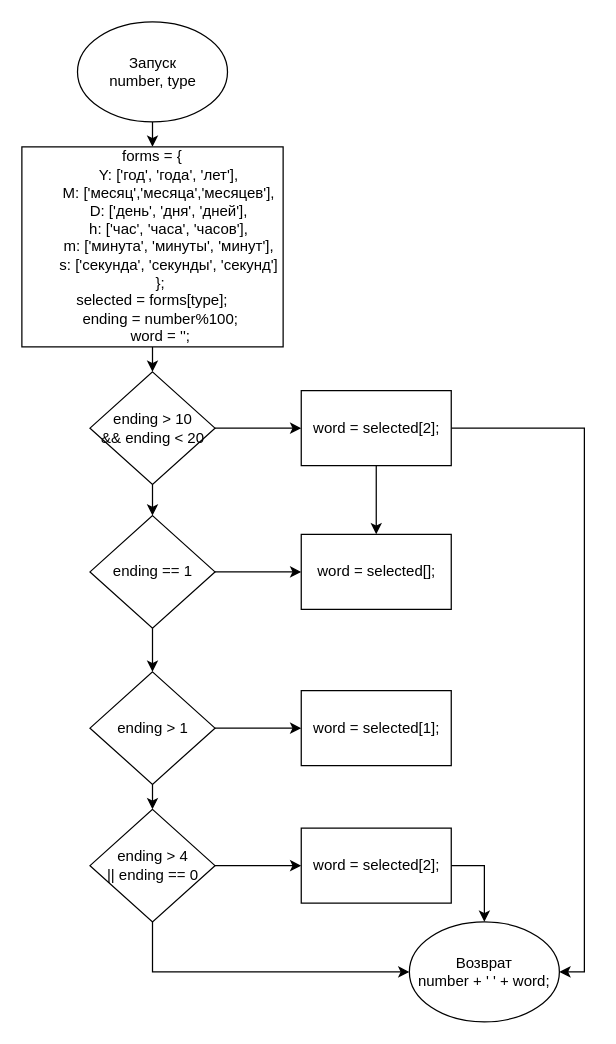
This is praktika/Untitled Diagram.drawio from bestialyokel/dgtu, a draw.io file, before an edit. Source tidied: cells renumbered, new cells numbered last; positions are measured from the earlier drawing's top-left corner, leaving out a move shared by most shapes. Both pictures are drawn from the tidied source at 125%, with x=0, y=0 at pixel (21, 21).
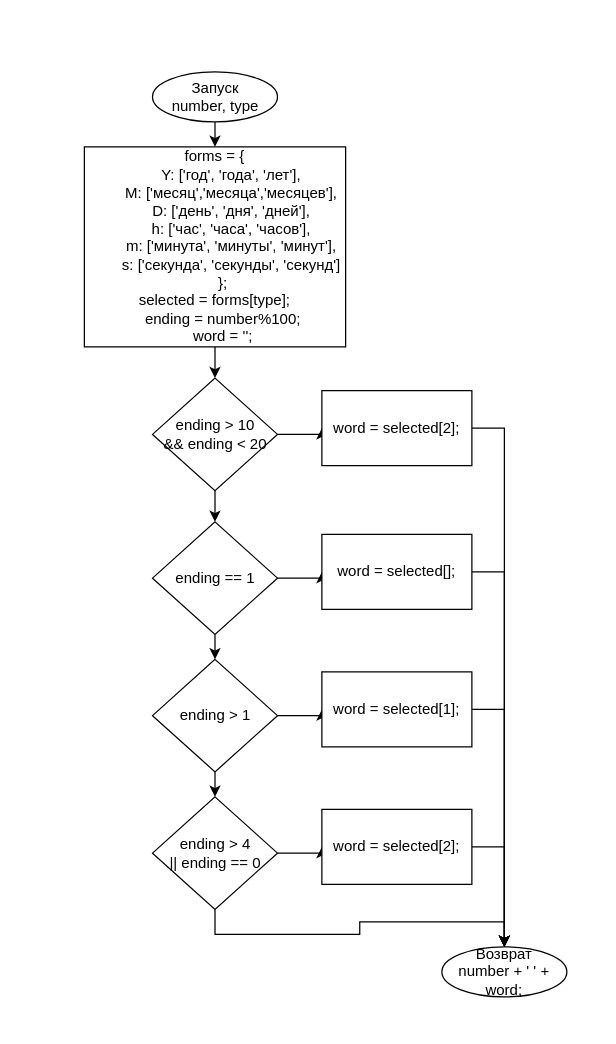
The same page after the edit.

The edit, as a diff of the source:
```diff
@@
-    <mxCell id="3" value="Запуск&lt;br&gt;number, type" style="ellipse;whiteSpace=wrap;html=1;" parent="1" vertex="1">
-      <mxGeometry x="44.5" width="120" height="80" as="geometry" />
-    </mxCell>
@@
     <mxCell id="5" value="&lt;div&gt;forms = {&lt;/div&gt;&lt;div&gt;&amp;nbsp; &amp;nbsp; &amp;nbsp; &amp;nbsp; Y: ['год', 'года', 'лет'],&lt;/div&gt;&lt;div&gt;&amp;nbsp; &amp;nbsp; &amp;nbsp; &amp;nbsp; M: ['месяц','месяца','месяцев'],&lt;/div&gt;&lt;div&gt;&amp;nbsp; &amp;nbsp; &amp;nbsp; &amp;nbsp; D: ['день', 'дня', 'дней'],&lt;/div&gt;&lt;div&gt;&amp;nbsp; &amp;nbsp; &amp;nbsp; &amp;nbsp; h: ['час', 'часа', 'часов'],&lt;/div&gt;&lt;div&gt;&amp;nbsp; &amp;nbsp; &amp;nbsp; &amp;nbsp; m: ['минута', 'минуты', 'минут'],&lt;/div&gt;&lt;div&gt;&amp;nbsp; &amp;nbsp; &amp;nbsp; &amp;nbsp; s: ['секунда', 'секунды', 'секунд']&lt;/div&gt;&lt;div&gt;&amp;nbsp; &amp;nbsp; };&lt;/div&gt;&lt;div&gt;&lt;div&gt;selected = forms[type];&lt;/div&gt;&lt;div&gt;&amp;nbsp; &amp;nbsp; ending = number%100;&lt;/div&gt;&lt;div&gt;&amp;nbsp; &amp;nbsp; word = '';&lt;/div&gt;&lt;/div&gt;" style="rounded=0;whiteSpace=wrap;html=1;" parent="1" vertex="1">
-      <mxGeometry y="100" width="209" height="160" as="geometry" />
+      <mxGeometry x="50" y="100" width="209" height="160" as="geometry" />
     </mxCell>
@@
     <mxCell id="8" value="ending &amp;gt; 10&lt;br&gt;&amp;amp;&amp;amp; ending &amp;lt; 20" style="rhombus;whiteSpace=wrap;html=1;" parent="1" vertex="1">
-      <mxGeometry x="54.5" y="280" width="100" height="90" as="geometry" />
+      <mxGeometry x="104.5" y="285" width="100" height="90" as="geometry" />
     </mxCell>
-    <mxCell id="9" style="edgeStyle=orthogonalEdgeStyle;rounded=0;jettySize=auto;html=1;exitX=1;exitY=0.5;exitDx=0;exitDy=0;entryX=1;entryY=0.5;entryDx=0;entryDy=0;" parent="1" edge="1" source="11" target="21">
+    <mxCell id="9" style="edgeStyle=orthogonalEdgeStyle;rounded=0;jettySize=auto;html=1;exitX=1;exitY=0.5;exitDx=0;exitDy=0;entryX=0.5;entryY=0;entryDx=0;entryDy=0;" parent="1" edge="1" source="11" target="21">
       <mxGeometry relative="1" as="geometry" />
     </mxCell>
-    <mxCell id="10" style="edgeStyle=orthogonalEdgeStyle;rounded=0;jettySize=auto;html=1;" parent="1" edge="1" source="11" target="22">
-      <mxGeometry relative="1" as="geometry" />
-    </mxCell>
     <mxCell id="11" value="word = selected[2];" style="rounded=0;whiteSpace=wrap;html=1;" parent="1" vertex="1">
-      <mxGeometry x="223.5" y="295" width="120" height="60" as="geometry" />
+      <mxGeometry x="240" y="295" width="120" height="60" as="geometry" />
     </mxCell>
@@
     <mxCell id="14" value="ending == 1" style="rhombus;whiteSpace=wrap;html=1;" parent="1" vertex="1">
-      <mxGeometry x="54.5" y="395" width="100" height="90" as="geometry" />
+      <mxGeometry x="104.5" y="400" width="100" height="90" as="geometry" />
     </mxCell>
@@
     <mxCell id="17" value="ending &amp;gt; 1" style="rhombus;whiteSpace=wrap;html=1;" parent="1" vertex="1">
-      <mxGeometry x="54.5" y="520" width="100" height="90" as="geometry" />
+      <mxGeometry x="104.5" y="510" width="100" height="90" as="geometry" />
     </mxCell>
+    <mxCell id="19" style="edgeStyle=orthogonalEdgeStyle;rounded=0;jettySize=auto;html=1;exitX=1;exitY=0.5;exitDx=0;exitDy=0;entryX=0;entryY=0.5;entryDx=0;entryDy=0;" parent="1" edge="1" source="20" target="25">
+      <mxGeometry relative="1" as="geometry" />
+    </mxCell>
-    <mxCell id="18" style="edgeStyle=orthogonalEdgeStyle;rounded=0;jettySize=auto;html=1;exitX=0.5;exitY=1;exitDx=0;exitDy=0;entryX=0;entryY=0.5;entryDx=0;entryDy=0;" parent="1" edge="1" source="20" target="21">
+    <mxCell id="18" style="edgeStyle=orthogonalEdgeStyle;rounded=0;jettySize=auto;html=1;exitX=0.5;exitY=1;exitDx=0;exitDy=0;entryX=0.5;entryY=0;entryDx=0;entryDy=0;" parent="1" edge="1" source="20" target="21">
       <mxGeometry relative="1" as="geometry" />
     </mxCell>
-    <mxCell id="19" style="edgeStyle=orthogonalEdgeStyle;rounded=0;jettySize=auto;html=1;exitX=1;exitY=0.5;exitDx=0;exitDy=0;entryX=0;entryY=0.5;entryDx=0;entryDy=0;" parent="1" edge="1" source="20" target="25">
-      <mxGeometry relative="1" as="geometry" />
-    </mxCell>
     <mxCell id="20" value="ending &amp;gt; 4&lt;br&gt;|| ending == 0" style="rhombus;whiteSpace=wrap;html=1;" parent="1" vertex="1">
-      <mxGeometry x="54.5" y="630" width="100" height="90" as="geometry" />
+      <mxGeometry x="104.5" y="620" width="100" height="90" as="geometry" />
     </mxCell>
-    <mxCell id="21" value="Возврат&lt;br&gt;number + ' ' + word;" style="ellipse;whiteSpace=wrap;html=1;" parent="1" vertex="1">
-      <mxGeometry x="310" y="720" width="120" height="80" as="geometry" />
-    </mxCell>
+    <mxCell id="26" style="edgeStyle=orthogonalEdgeStyle;rounded=0;jettySize=auto;html=1;exitX=1;exitY=0.5;exitDx=0;exitDy=0;entryX=0.5;entryY=0;entryDx=0;entryDy=0;" parent="1" edge="1" source="22" target="21">
+      <mxGeometry relative="1" as="geometry" />
+    </mxCell>
     <mxCell id="22" value="word = selected[];" style="rounded=0;whiteSpace=wrap;html=1;" parent="1" vertex="1">
-      <mxGeometry x="223.5" y="410" width="120" height="60" as="geometry" />
+      <mxGeometry x="240" y="410" width="120" height="60" as="geometry" />
     </mxCell>
+    <mxCell id="27" style="edgeStyle=orthogonalEdgeStyle;rounded=0;jettySize=auto;html=1;exitX=1;exitY=0.5;exitDx=0;exitDy=0;entryX=0.5;entryY=0;entryDx=0;entryDy=0;" parent="1" edge="1" source="23" target="21">
+      <mxGeometry relative="1" as="geometry" />
+    </mxCell>
     <mxCell id="23" value="word = selected[1];" style="rounded=0;whiteSpace=wrap;html=1;" parent="1" vertex="1">
-      <mxGeometry x="223.5" y="535" width="120" height="60" as="geometry" />
+      <mxGeometry x="240" y="520" width="120" height="60" as="geometry" />
     </mxCell>
@@
     <mxCell id="25" value="word = selected[2];" style="rounded=0;whiteSpace=wrap;html=1;" parent="1" vertex="1">
-      <mxGeometry x="223.5" y="645" width="120" height="60" as="geometry" />
+      <mxGeometry x="240" y="630" width="120" height="60" as="geometry" />
     </mxCell>
+    <mxCell id="21" value="Возврат&lt;br&gt;number + ' ' + word;" style="ellipse;whiteSpace=wrap;html=1;align=center;" parent="1" vertex="1">
+      <mxGeometry x="336" y="740" width="100" height="40" as="geometry" />
+    </mxCell>
+    <mxCell id="3" value="Запуск&lt;br&gt;number, type" style="ellipse;whiteSpace=wrap;html=1;align=center;" parent="1" vertex="1">
+      <mxGeometry x="104.5" y="40" width="100" height="40" as="geometry" />
+    </mxCell>
```
